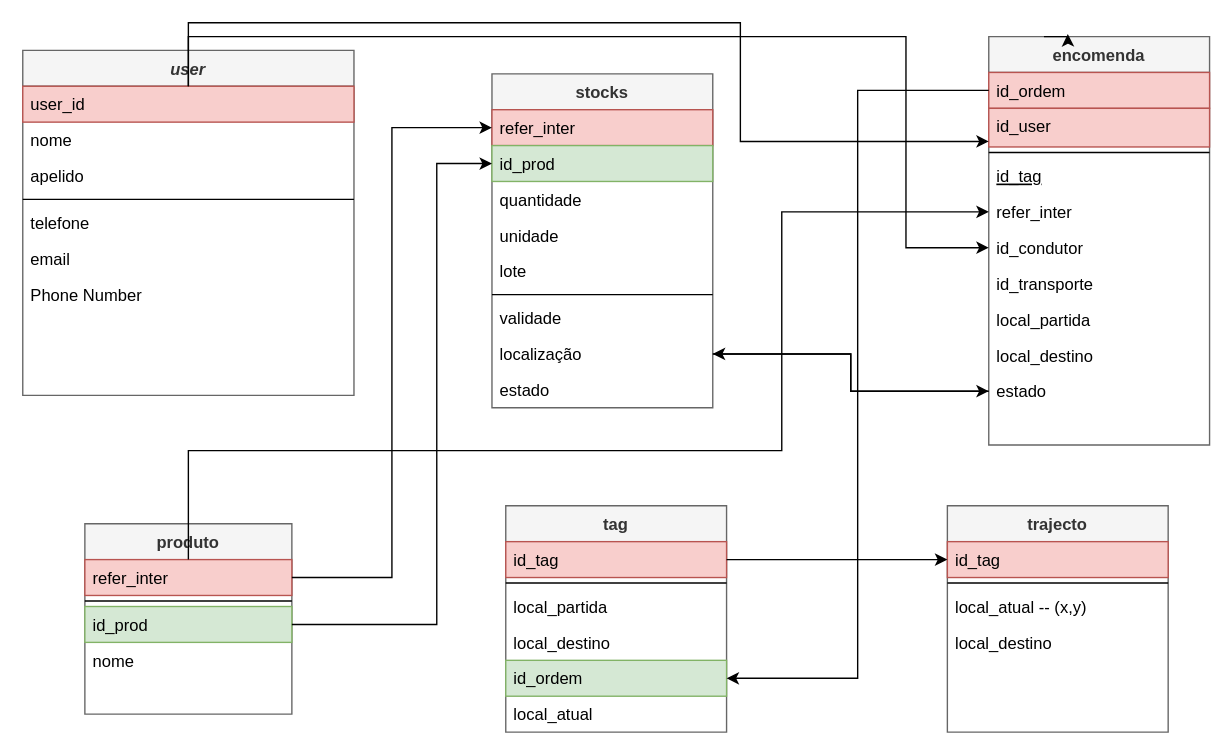
Before: Untitled Diagram.drawio in Jammer23rd/u_project, a draw.io diagram. Source tidied: cells renumbered, new cells numbered last; positions are measured from the earlier drawing's top-left corner, leaving out a move shared by most shapes. Both pictures are drawn from the tidied source at 138%, with x=0, y=0 at pixel (22, 22).
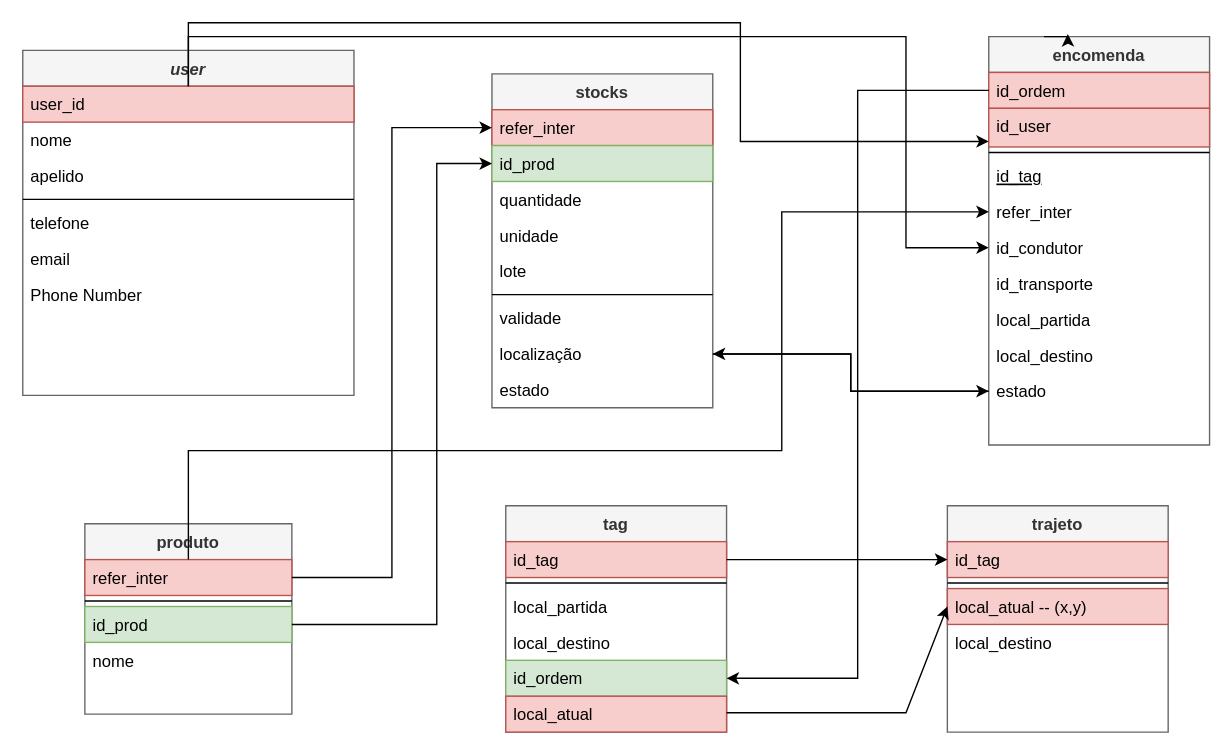
The same page after the edit.

The change refers to these unchanged cells:
```xml
<mxCell id="21" value="tag" style="swimlane;fontStyle=1;align=center;verticalAlign=top;horizontal=1;startSize=26;rounded=0;shadow=0;strokeWidth=1;fillColor=#f5f5f5;fontColor=#333333;strokeColor=#666666;" parent="1" vertex="1">
  <mxGeometry x="350" y="350" width="160" height="164" as="geometry" />
</mxCell>
```

Diff of the diagram source:
```diff
@@
-    <mxCell id="27" value="local_atual" style="text;align=left;verticalAlign=top;spacingLeft=4;spacingRight=4;overflow=hidden;" parent="21" vertex="1">
+    <mxCell id="27" value="local_atual" style="text;align=left;verticalAlign=top;spacingLeft=4;spacingRight=4;overflow=hidden;fillColor=#f8cecc;strokeColor=#b85450;" parent="21" vertex="1">
       <mxGeometry y="138" width="160" height="26" as="geometry" />
     </mxCell>
@@
-    <mxCell id="46" value="trajecto" style="swimlane;fontStyle=1;align=center;verticalAlign=top;horizontal=1;startSize=26;rounded=0;shadow=0;strokeWidth=1;fillColor=#f5f5f5;fontColor=#333333;strokeColor=#666666;" parent="1" vertex="1">
+    <mxCell id="46" value="trajeto" style="swimlane;fontStyle=1;align=center;verticalAlign=top;horizontal=1;startSize=26;rounded=0;shadow=0;strokeWidth=1;fillColor=#f5f5f5;fontColor=#333333;strokeColor=#666666;" parent="1" vertex="1">
       <mxGeometry x="670" y="350" width="160" height="164" as="geometry" />
     </mxCell>
@@
-    <mxCell id="49" value="local_atual -- (x,y)" style="text;align=left;verticalAlign=top;spacingLeft=4;spacingRight=4;overflow=hidden;points=[[0,0.5],[1,0.5]];portConstraint=eastwest;" parent="46" vertex="1">
+    <mxCell id="49" value="local_atual -- (x,y)" style="text;align=left;verticalAlign=top;spacingLeft=4;spacingRight=4;overflow=hidden;points=[[0,0.5],[1,0.5]];portConstraint=eastwest;fillColor=#f8cecc;strokeColor=#b85450;" parent="46" vertex="1">
       <mxGeometry y="60" width="160" height="26" as="geometry" />
     </mxCell>
@@
+    <mxCell id="58" style="endArrow=classic;html=1;rounded=0;entryX=0;entryY=0.5;entryDx=0;entryDy=0;" parent="1" edge="1" target="49">
+      <mxGeometry relative="1" as="geometry">
+        <mxPoint x="510" y="500" as="sourcePoint" />
+        <Array as="points">
+          <mxPoint x="640" y="500" />
+        </Array>
+      </mxGeometry>
+    </mxCell>
```
